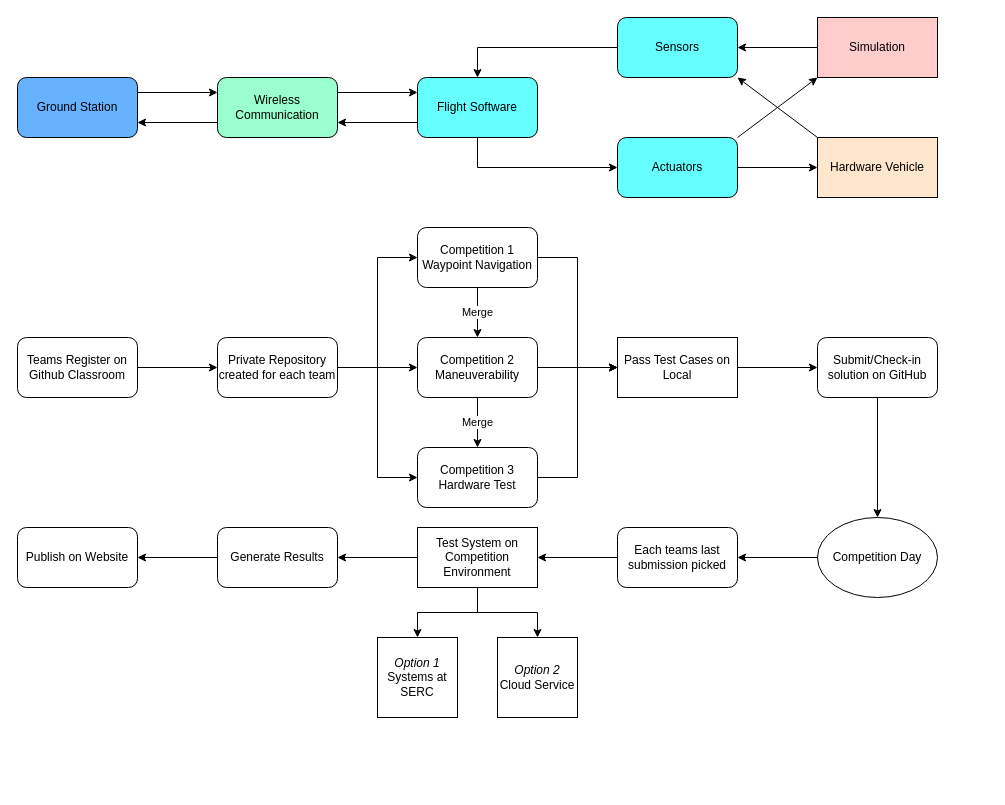
This is page "Overview" (1 of 7) of Documentation/Leapfrog_SoftwareArchitecture.drawio from antarikshnarain/ArtemisLeapFrog, a draw.io file, before an edit. Source tidied: cells renumbered, new cells numbered last; positions are measured from the earlier drawing's top-left corner, leaving out a move shared by most shapes. Both pictures are drawn from the tidied source at 100%, with x=0, y=0 at pixel (17, 17).
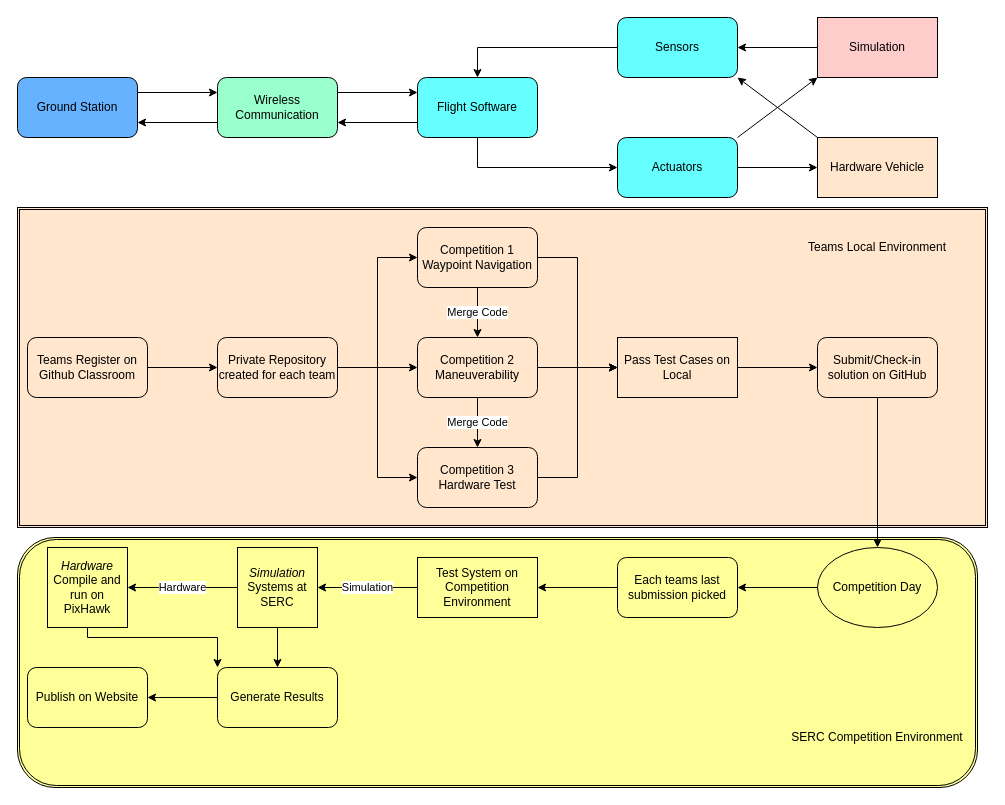
After the change.

The change refers to these unchanged cells:
```xml
<mxCell id="27" value="Competition 1&lt;br&gt;Waypoint Navigation" style="rounded=1;whiteSpace=wrap;html=1;fillColor=none;" parent="1" vertex="1">
  <mxGeometry x="400" y="210" width="120" height="60" as="geometry" />
</mxCell>
<mxCell id="30" value="Competition 2&lt;br&gt;&lt;span class=&quot;ILfuVd&quot;&gt;&lt;span class=&quot;hgKElc&quot;&gt;Maneuverability&lt;/span&gt;&lt;/span&gt;" style="rounded=1;whiteSpace=wrap;html=1;fillColor=none;" parent="1" vertex="1">
  <mxGeometry x="400" y="320" width="120" height="60" as="geometry" />
</mxCell>
<mxCell id="32" value="Competition 3&lt;br&gt;Hardware Test" style="rounded=1;whiteSpace=wrap;html=1;fillColor=none;" parent="1" vertex="1">
  <mxGeometry x="400" y="430" width="120" height="60" as="geometry" />
</mxCell>
```

Diff of the diagram source:
```diff
@@
+    <mxCell id="50" style="shape=ext;double=1;rounded=1;whiteSpace=wrap;html=1;fillColor=#FFFF99;" parent="1" vertex="1">
+      <mxGeometry y="520" width="960" height="250" as="geometry" />
+    </mxCell>
+    <mxCell id="51" style="shape=ext;double=1;rounded=0;whiteSpace=wrap;html=1;fillColor=#FFE6CC;" parent="1" vertex="1">
+      <mxGeometry y="190" width="970" height="320" as="geometry" />
+    </mxCell>
@@
     <mxCell id="20" value="Teams Register on Github Classroom" style="rounded=1;whiteSpace=wrap;html=1;fillColor=none;" parent="1" vertex="1">
-      <mxGeometry y="320" width="120" height="60" as="geometry" />
+      <mxGeometry x="10" y="320" width="120" height="60" as="geometry" />
     </mxCell>
@@
-    <mxCell id="25" value="Merge" style="edgeStyle=orthogonalEdgeStyle;rounded=0;jettySize=auto;html=1;entryX=0.5;entryY=0;entryDx=0;entryDy=0;" parent="1" edge="1" source="27" target="30">
+    <mxCell id="25" value="Merge Code" style="edgeStyle=orthogonalEdgeStyle;rounded=0;jettySize=auto;html=1;entryX=0.5;entryY=0;entryDx=0;entryDy=0;" parent="1" edge="1" source="27" target="30">
       <mxGeometry relative="1" as="geometry" />
     </mxCell>
@@
-    <mxCell id="28" value="Merge" style="edgeStyle=orthogonalEdgeStyle;rounded=0;jettySize=auto;html=1;" parent="1" edge="1" source="30" target="32">
+    <mxCell id="28" value="Merge Code" style="edgeStyle=orthogonalEdgeStyle;rounded=0;jettySize=auto;html=1;" parent="1" edge="1" source="30" target="32">
       <mxGeometry relative="1" as="geometry" />
     </mxCell>
@@
     <mxCell id="38" value="Competition Day" style="ellipse;whiteSpace=wrap;html=1;fillColor=none;" parent="1" vertex="1">
-      <mxGeometry x="800" y="500" width="120" height="80" as="geometry" />
+      <mxGeometry x="800" y="530" width="120" height="80" as="geometry" />
     </mxCell>
@@
     <mxCell id="40" value="Each teams last submission picked" style="rounded=1;whiteSpace=wrap;html=1;fillColor=none;" parent="1" vertex="1">
-      <mxGeometry x="600" y="510" width="120" height="60" as="geometry" />
+      <mxGeometry x="600" y="540" width="120" height="60" as="geometry" />
     </mxCell>
-    <mxCell id="41" style="edgeStyle=orthogonalEdgeStyle;rounded=0;jettySize=auto;html=1;entryX=0.5;entryY=0;entryDx=0;entryDy=0;" parent="1" edge="1" source="44" target="45">
+    <mxCell id="41" value="Simulation" style="edgeStyle=orthogonalEdgeStyle;rounded=0;jettySize=auto;html=1;entryX=1;entryY=0.5;entryDx=0;entryDy=0;" parent="1" edge="1" source="44" target="45">
       <mxGeometry relative="1" as="geometry" />
     </mxCell>
-    <mxCell id="42" style="edgeStyle=orthogonalEdgeStyle;rounded=0;jettySize=auto;html=1;entryX=0.5;entryY=0;entryDx=0;entryDy=0;" parent="1" edge="1" source="44" target="46">
-      <mxGeometry relative="1" as="geometry" />
-    </mxCell>
-    <mxCell id="43" style="edgeStyle=orthogonalEdgeStyle;rounded=0;jettySize=auto;html=1;entryX=1;entryY=0.5;entryDx=0;entryDy=0;" parent="1" edge="1" source="44" target="48">
-      <mxGeometry relative="1" as="geometry" />
-    </mxCell>
+    <mxCell id="52" value="Hardware" style="edgeStyle=orthogonalEdgeStyle;rounded=0;jettySize=auto;html=1;exitX=0;exitY=0.5;exitDx=0;exitDy=0;" parent="1" edge="1" source="45" target="55">
+      <mxGeometry relative="1" as="geometry" />
+    </mxCell>
     <mxCell id="44" value="Test System on Competition Environment" style="rounded=0;whiteSpace=wrap;html=1;fillColor=none;" parent="1" vertex="1">
-      <mxGeometry x="400" y="510" width="120" height="60" as="geometry" />
+      <mxGeometry x="400" y="540" width="120" height="60" as="geometry" />
     </mxCell>
+    <mxCell id="53" style="edgeStyle=orthogonalEdgeStyle;rounded=0;jettySize=auto;html=1;entryX=0.5;entryY=0;entryDx=0;entryDy=0;" parent="1" edge="1" source="45" target="48">
+      <mxGeometry relative="1" as="geometry" />
+    </mxCell>
-    <mxCell id="45" value="&lt;i&gt;Option 1&lt;/i&gt;&lt;br&gt;Systems at SERC" style="whiteSpace=wrap;html=1;fillColor=none;" parent="1" vertex="1">
-      <mxGeometry x="360" y="620" width="80" height="80" as="geometry" />
+    <mxCell id="45" value="&lt;i&gt;Simulation&lt;/i&gt;&lt;br&gt;Systems at SERC" style="whiteSpace=wrap;html=1;fillColor=none;" parent="1" vertex="1">
+      <mxGeometry x="220" y="530" width="80" height="80" as="geometry" />
     </mxCell>
-    <mxCell id="46" value="&lt;i&gt;Option 2&lt;/i&gt;&lt;br&gt;Cloud Service" style="whiteSpace=wrap;html=1;fillColor=none;" parent="1" vertex="1">
-      <mxGeometry x="480" y="620" width="80" height="80" as="geometry" />
-    </mxCell>
@@
     <mxCell id="48" value="Generate Results" style="rounded=1;whiteSpace=wrap;html=1;fillColor=none;" parent="1" vertex="1">
-      <mxGeometry x="200" y="510" width="120" height="60" as="geometry" />
+      <mxGeometry x="200" y="650" width="120" height="60" as="geometry" />
     </mxCell>
     <mxCell id="49" value="Publish on Website" style="rounded=1;whiteSpace=wrap;html=1;fillColor=none;" parent="1" vertex="1">
-      <mxGeometry y="510" width="120" height="60" as="geometry" />
+      <mxGeometry x="10" y="650" width="120" height="60" as="geometry" />
     </mxCell>
+    <mxCell id="54" style="edgeStyle=orthogonalEdgeStyle;rounded=0;jettySize=auto;html=1;exitX=0.5;exitY=1;exitDx=0;exitDy=0;entryX=0;entryY=0;entryDx=0;entryDy=0;" parent="1" edge="1" source="55" target="48">
+      <mxGeometry relative="1" as="geometry">
+        <Array as="points">
+          <mxPoint x="70" y="620" />
+          <mxPoint x="200" y="620" />
+        </Array>
+      </mxGeometry>
+    </mxCell>
+    <mxCell id="55" value="&lt;i&gt;Hardware&lt;br&gt;&lt;/i&gt;Compile and run on PixHawk" style="whiteSpace=wrap;html=1;fillColor=none;" parent="1" vertex="1">
+      <mxGeometry x="30" y="530" width="80" height="80" as="geometry" />
+    </mxCell>
+    <mxCell id="56" value="Teams Local Environment" style="text;html=1;strokeColor=none;fillColor=none;align=center;verticalAlign=middle;whiteSpace=wrap;rounded=0;" parent="1" vertex="1">
+      <mxGeometry x="770" y="220" width="180" height="20" as="geometry" />
+    </mxCell>
+    <mxCell id="57" value="SERC Competition Environment" style="text;html=1;strokeColor=none;fillColor=none;align=center;verticalAlign=middle;whiteSpace=wrap;rounded=0;" parent="1" vertex="1">
+      <mxGeometry x="770" y="710" width="180" height="20" as="geometry" />
+    </mxCell>
```
